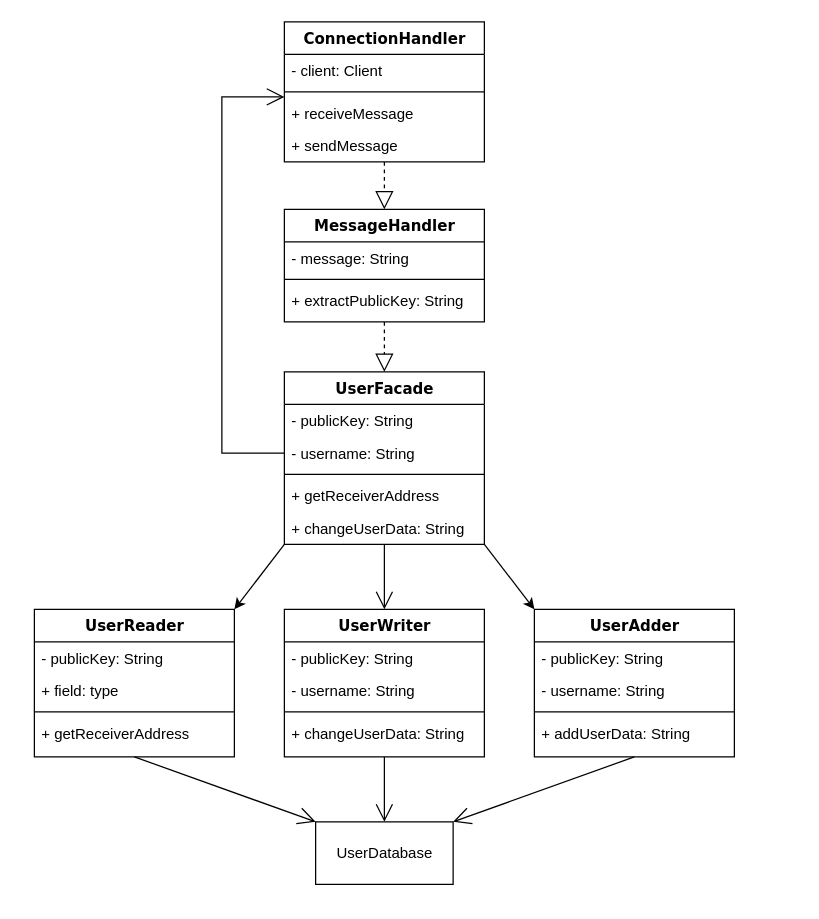
Before: docs/img/ClassDiagrams/DiagramFiles/ClassDiagram_Backend.drawio in Scherrik/se_mcm, a draw.io diagram. Source tidied: cells renumbered, new cells numbered last; positions are measured from the earlier drawing's top-left corner, leaving out a move shared by most shapes. Both pictures are drawn from the tidied source at 125%, with x=0, y=0 at pixel (34, 21).
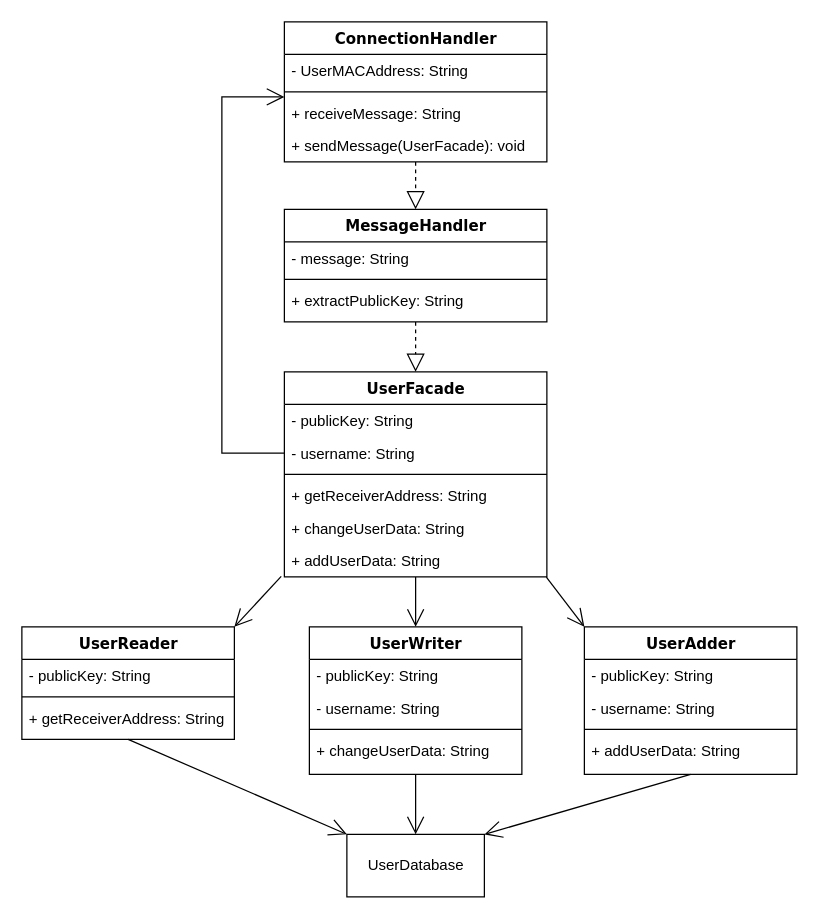
After the change.

Diff of the diagram source:
```diff
@@
     <mxCell id="2" value="ConnectionHandler" style="swimlane;html=1;fontStyle=1;align=center;verticalAlign=top;horizontal=1;startSize=26;swimlaneFillColor=#ffffff;rounded=0;shadow=0;comic=0;labelBackgroundColor=none;strokeWidth=1;fillColor=none;fontFamily=Verdana;fontSize=12;" parent="1" vertex="1">
-      <mxGeometry x="200" width="160" height="112" as="geometry" />
+      <mxGeometry x="200" width="210" height="112" as="geometry" />
     </mxCell>
-    <mxCell id="3" value="- client: Client" style="text;html=1;strokeColor=none;fillColor=none;align=left;verticalAlign=top;spacingLeft=4;spacingRight=4;whiteSpace=wrap;overflow=hidden;" parent="2" vertex="1">
-      <mxGeometry y="26" width="160" height="26" as="geometry" />
+    <mxCell id="3" value="- UserMACAddress: String" style="text;html=1;strokeColor=none;fillColor=none;align=left;verticalAlign=top;spacingLeft=4;spacingRight=4;whiteSpace=wrap;overflow=hidden;" parent="2" vertex="1">
+      <mxGeometry y="26" width="210" height="26" as="geometry" />
     </mxCell>
     <mxCell id="4" style="line;html=1;strokeWidth=1;fillColor=none;align=left;verticalAlign=middle;spacingTop=-1;spacingLeft=3;spacingRight=3;labelPosition=right;" parent="2" vertex="1">
-      <mxGeometry y="52" width="160" height="8" as="geometry" />
+      <mxGeometry y="52" width="210" height="8" as="geometry" />
     </mxCell>
-    <mxCell id="5" value="+ receiveMessage&lt;br&gt;" style="text;html=1;strokeColor=none;fillColor=none;align=left;verticalAlign=top;spacingLeft=4;spacingRight=4;whiteSpace=wrap;overflow=hidden;points=[[0,0.5],[1,0.5]];portConstraint=eastwest;" parent="2" vertex="1">
-      <mxGeometry y="60" width="160" height="26" as="geometry" />
+    <mxCell id="5" value="+ receiveMessage: String" style="text;html=1;strokeColor=none;fillColor=none;align=left;verticalAlign=top;spacingLeft=4;spacingRight=4;whiteSpace=wrap;overflow=hidden;points=[[0,0.5],[1,0.5]];portConstraint=eastwest;" parent="2" vertex="1">
+      <mxGeometry y="60" width="210" height="26" as="geometry" />
     </mxCell>
-    <mxCell id="6" value="+ sendMessage" style="text;strokeColor=none;fillColor=none;align=left;verticalAlign=top;spacingLeft=4;spacingRight=4;overflow=hidden;" parent="2" vertex="1">
-      <mxGeometry y="86" width="160" height="26" as="geometry" />
+    <mxCell id="6" value="+ sendMessage(UserFacade): void" style="text;strokeColor=none;fillColor=none;align=left;verticalAlign=top;spacingLeft=4;spacingRight=4;overflow=hidden;" parent="2" vertex="1">
+      <mxGeometry y="86" width="210" height="26" as="geometry" />
     </mxCell>
     <mxCell id="7" value="MessageHandler" style="swimlane;html=1;fontStyle=1;align=center;verticalAlign=top;horizontal=1;startSize=26;swimlaneFillColor=#ffffff;rounded=0;shadow=0;comic=0;labelBackgroundColor=none;strokeWidth=1;fillColor=none;fontFamily=Verdana;fontSize=12;" parent="1" vertex="1">
-      <mxGeometry x="200" y="150" width="160" height="90" as="geometry" />
+      <mxGeometry x="200" y="150" width="210" height="90" as="geometry" />
     </mxCell>
     <mxCell id="8" value="- message: String" style="text;html=1;strokeColor=none;fillColor=none;align=left;verticalAlign=top;spacingLeft=4;spacingRight=4;whiteSpace=wrap;overflow=hidden;" parent="7" vertex="1">
-      <mxGeometry y="26" width="160" height="26" as="geometry" />
+      <mxGeometry y="26" width="210" height="26" as="geometry" />
     </mxCell>
     <mxCell id="9" style="line;html=1;strokeWidth=1;fillColor=none;align=left;verticalAlign=middle;spacingTop=-1;spacingLeft=3;spacingRight=3;labelPosition=right;" parent="7" vertex="1">
-      <mxGeometry y="52" width="160" height="8" as="geometry" />
+      <mxGeometry y="52" width="210" height="8" as="geometry" />
     </mxCell>
     <mxCell id="10" value="+ extractPublicKey: String" style="text;html=1;strokeColor=none;fillColor=none;align=left;verticalAlign=top;spacingLeft=4;spacingRight=4;whiteSpace=wrap;overflow=hidden;" parent="7" vertex="1">
-      <mxGeometry y="60" width="160" height="26" as="geometry" />
+      <mxGeometry y="60" width="210" height="26" as="geometry" />
     </mxCell>
-    <mxCell id="11" style="rounded=0;jettySize=auto;html=1;exitX=0;exitY=1;exitDx=0;exitDy=0;entryX=1;entryY=0;entryDx=0;entryDy=0;" parent="1" edge="1" source="13" target="29">
-      <mxGeometry relative="1" as="geometry" />
-    </mxCell>
-    <mxCell id="12" style="rounded=0;jettySize=auto;html=1;exitX=1;exitY=1;exitDx=0;exitDy=0;entryX=0;entryY=0;entryDx=0;entryDy=0;" parent="1" edge="1" source="13" target="19">
-      <mxGeometry relative="1" as="geometry" />
-    </mxCell>
     <mxCell id="13" value="UserFacade" style="swimlane;html=1;fontStyle=1;align=center;verticalAlign=top;horizontal=1;startSize=26;swimlaneFillColor=#ffffff;rounded=0;shadow=0;comic=0;labelBackgroundColor=none;strokeWidth=1;fillColor=none;fontFamily=Verdana;fontSize=12;" parent="1" vertex="1">
-      <mxGeometry x="200" y="280" width="160" height="138" as="geometry" />
+      <mxGeometry x="200" y="280" width="210" height="164" as="geometry" />
     </mxCell>
     <mxCell id="14" value="- publicKey: String" style="text;html=1;strokeColor=none;fillColor=none;align=left;verticalAlign=top;spacingLeft=4;spacingRight=4;whiteSpace=wrap;overflow=hidden;" parent="13" vertex="1">
-      <mxGeometry y="26" width="160" height="26" as="geometry" />
+      <mxGeometry y="26" width="210" height="26" as="geometry" />
     </mxCell>
     <mxCell id="15" value="- username: String" style="text;html=1;strokeColor=none;fillColor=none;align=left;verticalAlign=top;spacingLeft=4;spacingRight=4;whiteSpace=wrap;overflow=hidden;points=[[0,0.5],[1,0.5]];portConstraint=eastwest;" parent="13" vertex="1">
-      <mxGeometry y="52" width="160" height="26" as="geometry" />
+      <mxGeometry y="52" width="210" height="26" as="geometry" />
     </mxCell>
     <mxCell id="16" style="line;html=1;strokeWidth=1;fillColor=none;align=left;verticalAlign=middle;spacingTop=-1;spacingLeft=3;spacingRight=3;labelPosition=right;" parent="13" vertex="1">
-      <mxGeometry y="78" width="160" height="8" as="geometry" />
+      <mxGeometry y="78" width="210" height="8" as="geometry" />
     </mxCell>
-    <mxCell id="17" value="+ getReceiverAddress" style="text;html=1;strokeColor=none;fillColor=none;align=left;verticalAlign=top;spacingLeft=4;spacingRight=4;whiteSpace=wrap;overflow=hidden;" parent="13" vertex="1">
-      <mxGeometry y="86" width="160" height="26" as="geometry" />
+    <mxCell id="17" value="+ getReceiverAddress: String" style="text;html=1;strokeColor=none;fillColor=none;align=left;verticalAlign=top;spacingLeft=4;spacingRight=4;whiteSpace=wrap;overflow=hidden;" parent="13" vertex="1">
+      <mxGeometry y="86" width="210" height="26" as="geometry" />
     </mxCell>
     <mxCell id="18" value="+ changeUserData: String" style="text;strokeColor=none;fillColor=none;align=left;verticalAlign=top;spacingLeft=4;spacingRight=4;overflow=hidden;" parent="13" vertex="1">
-      <mxGeometry y="112" width="160" height="26" as="geometry" />
+      <mxGeometry y="112" width="210" height="26" as="geometry" />
     </mxCell>
+    <mxCell id="42" value="+ addUserData: String" style="text;strokeColor=none;fillColor=none;align=left;verticalAlign=top;spacingLeft=4;spacingRight=4;overflow=hidden;points=[[0,0.5],[1,0.5]];portConstraint=eastwest;" parent="13" vertex="1">
+      <mxGeometry y="138" width="210" height="26" as="geometry" />
+    </mxCell>
     <mxCell id="19" value="UserAdder" style="swimlane;html=1;fontStyle=1;align=center;verticalAlign=top;horizontal=1;startSize=26;swimlaneFillColor=#ffffff;rounded=0;shadow=0;comic=0;labelBackgroundColor=none;strokeWidth=1;fillColor=none;fontFamily=Verdana;fontSize=12;" parent="1" vertex="1">
-      <mxGeometry x="400" y="470" width="160" height="118" as="geometry" />
+      <mxGeometry x="440" y="484" width="170" height="118" as="geometry" />
     </mxCell>
     <mxCell id="20" value="- publicKey: String" style="text;html=1;strokeColor=none;fillColor=none;align=left;verticalAlign=top;spacingLeft=4;spacingRight=4;whiteSpace=wrap;overflow=hidden;" parent="19" vertex="1">
-      <mxGeometry y="26" width="160" height="26" as="geometry" />
+      <mxGeometry y="26" width="170" height="26" as="geometry" />
     </mxCell>
     <mxCell id="21" value="- username: String" style="text;html=1;strokeColor=none;fillColor=none;align=left;verticalAlign=top;spacingLeft=4;spacingRight=4;whiteSpace=wrap;overflow=hidden;" parent="19" vertex="1">
-      <mxGeometry y="52" width="160" height="26" as="geometry" />
+      <mxGeometry y="52" width="170" height="26" as="geometry" />
     </mxCell>
     <mxCell id="22" style="line;html=1;strokeWidth=1;fillColor=none;align=left;verticalAlign=middle;spacingTop=-1;spacingLeft=3;spacingRight=3;labelPosition=right;" parent="19" vertex="1">
-      <mxGeometry y="78" width="160" height="8" as="geometry" />
+      <mxGeometry y="78" width="170" height="8" as="geometry" />
     </mxCell>
     <mxCell id="23" value="+ addUserData: String" style="text;html=1;strokeColor=none;fillColor=none;align=left;verticalAlign=top;spacingLeft=4;spacingRight=4;whiteSpace=wrap;overflow=hidden;" parent="19" vertex="1">
-      <mxGeometry y="86" width="160" height="26" as="geometry" />
+      <mxGeometry y="86" width="170" height="26" as="geometry" />
     </mxCell>
     <mxCell id="24" value="UserWriter" style="swimlane;html=1;fontStyle=1;align=center;verticalAlign=top;horizontal=1;startSize=26;swimlaneFillColor=#ffffff;rounded=0;shadow=0;comic=0;labelBackgroundColor=none;strokeWidth=1;fillColor=none;fontFamily=Verdana;fontSize=12;" parent="1" vertex="1">
-      <mxGeometry x="200" y="470" width="160" height="118" as="geometry" />
+      <mxGeometry x="220" y="484" width="170" height="118" as="geometry" />
     </mxCell>
     <mxCell id="25" value="- publicKey: String" style="text;html=1;strokeColor=none;fillColor=none;align=left;verticalAlign=top;spacingLeft=4;spacingRight=4;whiteSpace=wrap;overflow=hidden;" parent="24" vertex="1">
-      <mxGeometry y="26" width="160" height="26" as="geometry" />
+      <mxGeometry y="26" width="170" height="26" as="geometry" />
     </mxCell>
     <mxCell id="26" value="- username: String" style="text;html=1;strokeColor=none;fillColor=none;align=left;verticalAlign=top;spacingLeft=4;spacingRight=4;whiteSpace=wrap;overflow=hidden;" parent="24" vertex="1">
-      <mxGeometry y="52" width="160" height="26" as="geometry" />
+      <mxGeometry y="52" width="170" height="26" as="geometry" />
     </mxCell>
     <mxCell id="27" style="line;html=1;strokeWidth=1;fillColor=none;align=left;verticalAlign=middle;spacingTop=-1;spacingLeft=3;spacingRight=3;labelPosition=right;" parent="24" vertex="1">
-      <mxGeometry y="78" width="160" height="8" as="geometry" />
+      <mxGeometry y="78" width="170" height="8" as="geometry" />
     </mxCell>
     <mxCell id="28" value="+ changeUserData: String" style="text;html=1;strokeColor=none;fillColor=none;align=left;verticalAlign=top;spacingLeft=4;spacingRight=4;whiteSpace=wrap;overflow=hidden;" parent="24" vertex="1">
-      <mxGeometry y="86" width="160" height="26" as="geometry" />
+      <mxGeometry y="86" width="170" height="26" as="geometry" />
     </mxCell>
     <mxCell id="29" value="UserReader" style="swimlane;html=1;fontStyle=1;align=center;verticalAlign=top;horizontal=1;startSize=26;swimlaneFillColor=#ffffff;rounded=0;shadow=0;comic=0;labelBackgroundColor=none;strokeWidth=1;fillColor=none;fontFamily=Verdana;fontSize=12;" parent="1" vertex="1">
-      <mxGeometry y="470" width="160" height="118" as="geometry" />
+      <mxGeometry x="-10" y="484" width="170" height="90" as="geometry" />
     </mxCell>
     <mxCell id="30" value="- publicKey: String" style="text;html=1;strokeColor=none;fillColor=none;align=left;verticalAlign=top;spacingLeft=4;spacingRight=4;whiteSpace=wrap;overflow=hidden;" parent="29" vertex="1">
-      <mxGeometry y="26" width="160" height="26" as="geometry" />
+      <mxGeometry y="26" width="170" height="26" as="geometry" />
     </mxCell>
-    <mxCell id="31" value="+ field: type" style="text;html=1;strokeColor=none;fillColor=none;align=left;verticalAlign=top;spacingLeft=4;spacingRight=4;whiteSpace=wrap;overflow=hidden;" parent="29" vertex="1">
-      <mxGeometry y="52" width="160" height="26" as="geometry" />
-    </mxCell>
     <mxCell id="32" style="line;html=1;strokeWidth=1;fillColor=none;align=left;verticalAlign=middle;spacingTop=-1;spacingLeft=3;spacingRight=3;labelPosition=right;" parent="29" vertex="1">
-      <mxGeometry y="78" width="160" height="8" as="geometry" />
+      <mxGeometry y="52" width="170" height="8" as="geometry" />
     </mxCell>
-    <mxCell id="33" value="+ getReceiverAddress" style="text;html=1;strokeColor=none;fillColor=none;align=left;verticalAlign=top;spacingLeft=4;spacingRight=4;whiteSpace=wrap;overflow=hidden;" parent="29" vertex="1">
-      <mxGeometry y="86" width="160" height="26" as="geometry" />
+    <mxCell id="33" value="+ getReceiverAddress: String" style="text;html=1;strokeColor=none;fillColor=none;align=left;verticalAlign=top;spacingLeft=4;spacingRight=4;whiteSpace=wrap;overflow=hidden;" parent="29" vertex="1">
+      <mxGeometry y="60" width="170" height="26" as="geometry" />
     </mxCell>
@@
     <mxCell id="38" value="UserDatabase" style="html=1;" parent="1" vertex="1">
-      <mxGeometry x="225" y="640" width="110" height="50" as="geometry" />
+      <mxGeometry x="250" y="650" width="110" height="50" as="geometry" />
     </mxCell>
@@
+    <mxCell id="43" style="endArrow=open;endFill=1;endSize=12;html=1;rounded=0;exitX=-0.012;exitY=0.984;exitDx=0;exitDy=0;exitPerimeter=0;entryX=1;entryY=0;entryDx=0;entryDy=0;" parent="1" edge="1" source="42" target="29">
+      <mxGeometry relative="1" as="geometry" />
+    </mxCell>
+    <mxCell id="44" style="endArrow=open;endFill=1;endSize=12;html=1;rounded=0;exitX=0.998;exitY=1.011;exitDx=0;exitDy=0;exitPerimeter=0;entryX=0;entryY=0;entryDx=0;entryDy=0;" parent="1" edge="1" source="42" target="19">
+      <mxGeometry relative="1" as="geometry" />
+    </mxCell>
```
